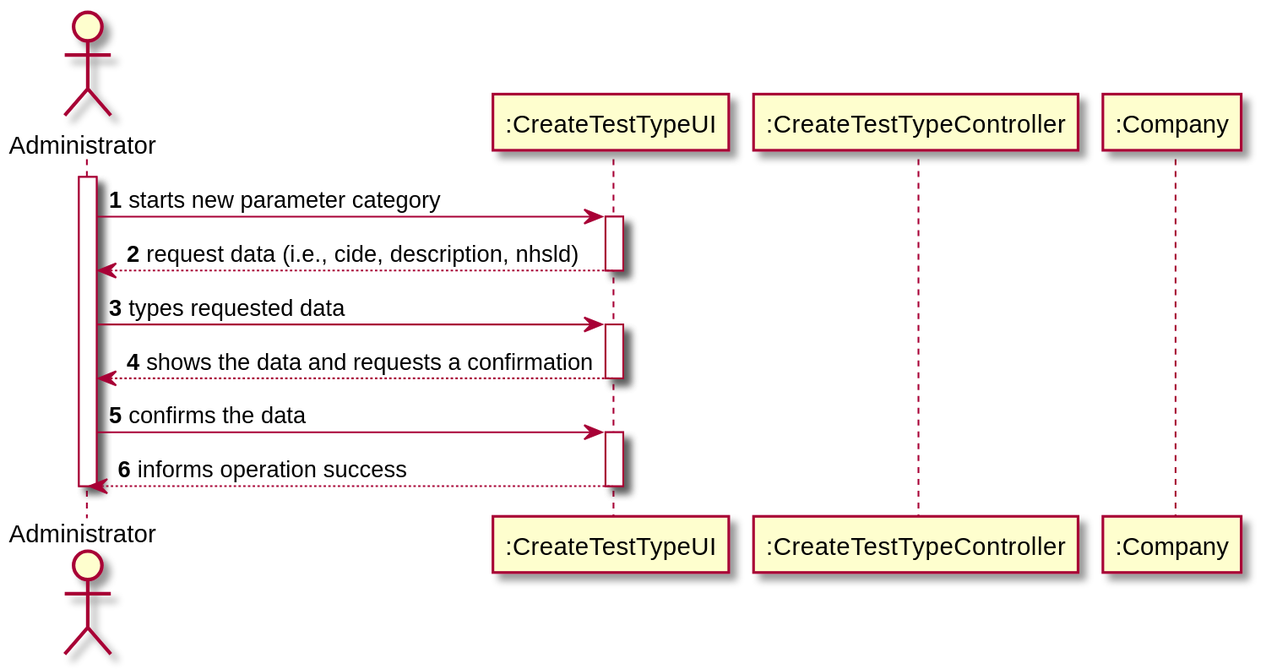
Earlier version of the PlantUML export docs/SprintB/US11/US11-SD.svg (manu-07-ela/LAPR2_ISEP). Its diagram source:
```plantuml
@startuml
autonumber
actor "Administrator" as Adm

participant ":CreateTestTypeUI" as UI
participant ":CreateTestTypeController" as CTRL
participant ":Company" as Comp

activate Adm
Adm-> UI: starts new parameter category
activate UI
UI --> Adm : request data (i.e., cide, description, nhsld)
deactivate UI
Adm -> UI: types requested data
activate UI
UI --> Adm : shows the data and requests a confirmation
deactivate UI
Adm -> UI: confirms the data
activate UI
UI --> Adm : informs operation success
deactivate UI
deactivate Adm
@enduml
```
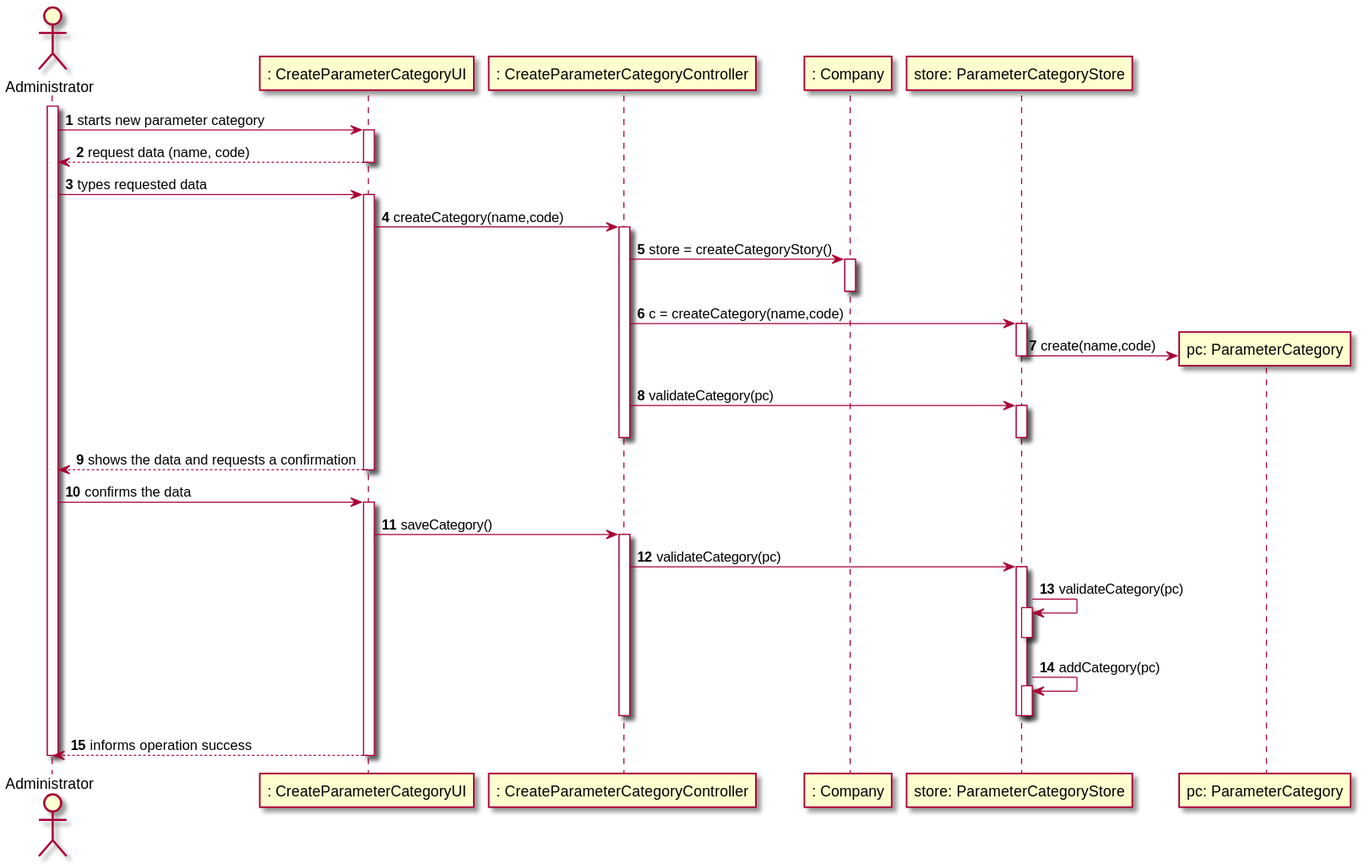
The same file after the commit.

Commit message:
Elaboration of the SD related to US11

The edit, as a diff of the source:
```diff
@@ -2,21 +2,52 @@
 autonumber
 actor "Administrator" as Adm
 
-participant ":CreateTestTypeUI" as UI
-participant ":CreateTestTypeController" as CTRL
-participant ":Company" as Comp
+participant ": CreateParameterCategoryUI" as UI
+participant ": CreateParameterCategoryController" as CTRL
+participant ": Company" as Comp
+participant "store: ParameterCategoryStore" as str
+participant "pc: ParameterCategory" as Cat
 
 activate Adm
 Adm-> UI: starts new parameter category
 activate UI
-UI --> Adm : request data (i.e., cide, description, nhsld)
+UI --> Adm : request data (name, code)
 deactivate UI
 Adm -> UI: types requested data
 activate UI
+
+UI -> CTRL : createCategory(name,code)
+activate CTRL
+CTRL -> Comp : store = createCategoryStory()
+activate Comp
+deactivate Comp
+CTRL -> str : c = createCategory(name,code)
+activate str
+str -> Cat** : create(name,code)
+deactivate str
+
+CTRL -> str : validateCategory(pc)
+activate str
+deactivate str
+deactivate CTRL
+
 UI --> Adm : shows the data and requests a confirmation
 deactivate UI
 Adm -> UI: confirms the data
 activate UI
+
+UI -> CTRL: saveCategory()
+activate CTRL
+CTRL -> str: validateCategory(pc)
+activate str
+str -> str : validateCategory(pc)
+activate str
+deactivate str
+str ->str : addCategory(pc)
+activate str
+deactivate str
+deactivate str
+deactivate CTRL
 UI --> Adm : informs operation success
 deactivate UI
 deactivate Adm
```
